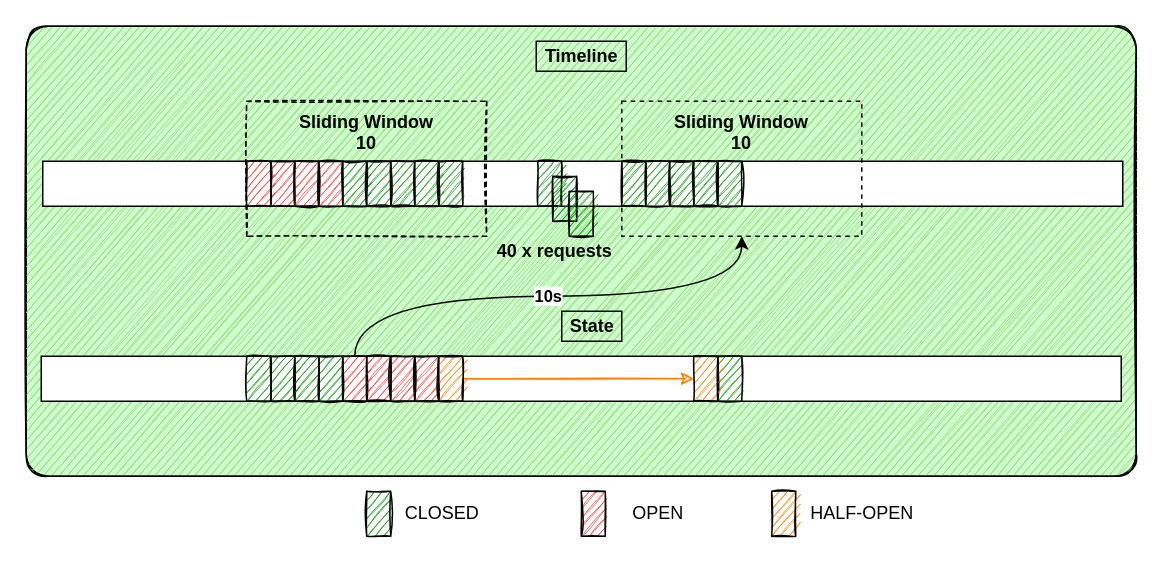
Before: docs/draw.io/article.almg1.drawio in jesperancinha/advanced-library-management, a draw.io diagram. Source tidied: cells renumbered, new cells numbered last; positions are measured from the earlier drawing's top-left corner, leaving out a move shared by most shapes. Both pictures are drawn from the tidied source at 150%, with x=0, y=0 at pixel (26, 26).
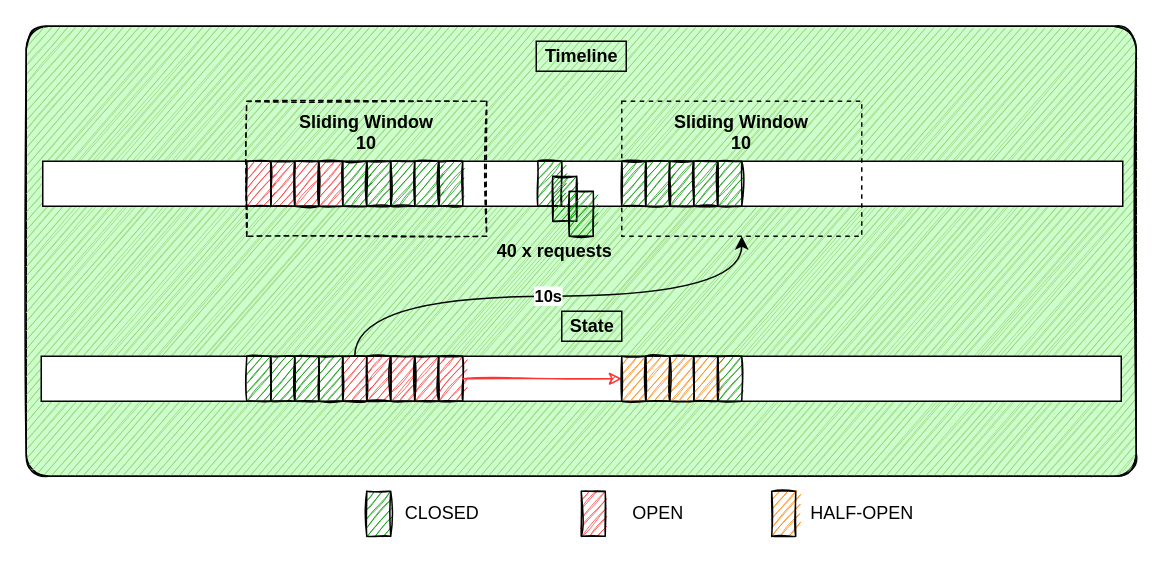
The same page after the edit.

The change refers to these unchanged cells:
```xml
<mxCell id="40" style="rounded=0;whiteSpace=wrap;html=1;fillColor=#FF8000;verticalAlign=top;sketch=1;strokeWidth=1;fontStyle=1;" parent="1" vertex="1">
  <mxGeometry x="445" y="220" width="16" height="30" as="geometry" />
</mxCell>
```

Diff of the diagram source:
```diff
@@
-    <mxCell id="26" style="edgeStyle=orthogonalEdgeStyle;rounded=0;jettySize=auto;html=1;entryX=0;entryY=0.5;entryDx=0;entryDy=0;strokeWidth=1;strokeColor=#FF8000;sketch=1;fontStyle=1;" parent="1" edge="1" source="27" target="40">
-      <mxGeometry relative="1" as="geometry" />
-    </mxCell>
-    <mxCell id="27" style="rounded=0;whiteSpace=wrap;html=1;fillColor=#FF8000;verticalAlign=top;sketch=1;strokeWidth=1;fontStyle=1;" parent="1" vertex="1">
+    <mxCell id="27" style="rounded=0;whiteSpace=wrap;html=1;fillColor=#FF3333;verticalAlign=top;sketch=1;strokeWidth=1;fontStyle=1;" parent="1" vertex="1">
       <mxGeometry x="275" y="220" width="16" height="30" as="geometry" />
     </mxCell>
@@
+    <mxCell id="47" style="rounded=0;whiteSpace=wrap;html=1;fillColor=#FF8000;verticalAlign=top;sketch=1;strokeWidth=1;fontStyle=1;" parent="1" vertex="1">
+      <mxGeometry x="429" y="220" width="16" height="30" as="geometry" />
+    </mxCell>
+    <mxCell id="48" style="edgeStyle=orthogonalEdgeStyle;rounded=0;jettySize=auto;html=1;entryX=0;entryY=0.5;entryDx=0;entryDy=0;strokeWidth=1;strokeColor=#FF3333;sketch=1;fontStyle=1;endArrow=classic;endFill=1;" parent="1" edge="1" source="27" target="49">
+      <mxGeometry relative="1" as="geometry" />
+    </mxCell>
+    <mxCell id="49" style="rounded=0;whiteSpace=wrap;html=1;fillColor=#FF8000;verticalAlign=top;sketch=1;strokeWidth=1;fontStyle=1;" parent="1" vertex="1">
+      <mxGeometry x="397" y="220" width="16" height="30" as="geometry" />
+    </mxCell>
+    <mxCell id="50" style="rounded=0;whiteSpace=wrap;html=1;fillColor=#FF8000;verticalAlign=top;sketch=1;strokeWidth=1;fontStyle=1;" parent="1" vertex="1">
+      <mxGeometry x="413" y="220" width="16" height="30" as="geometry" />
+    </mxCell>
```
